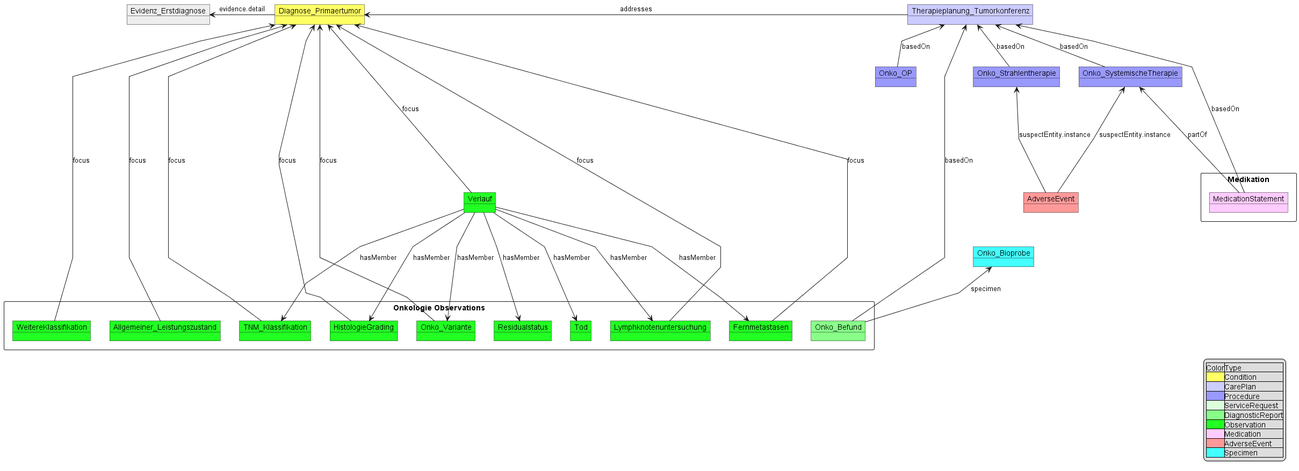
Above: input/images/MII_Onko_UML_Relations_v1.png in medizininformatik-initiative/kerndatensatzmodul-onkologie (PlantUML), before the change.
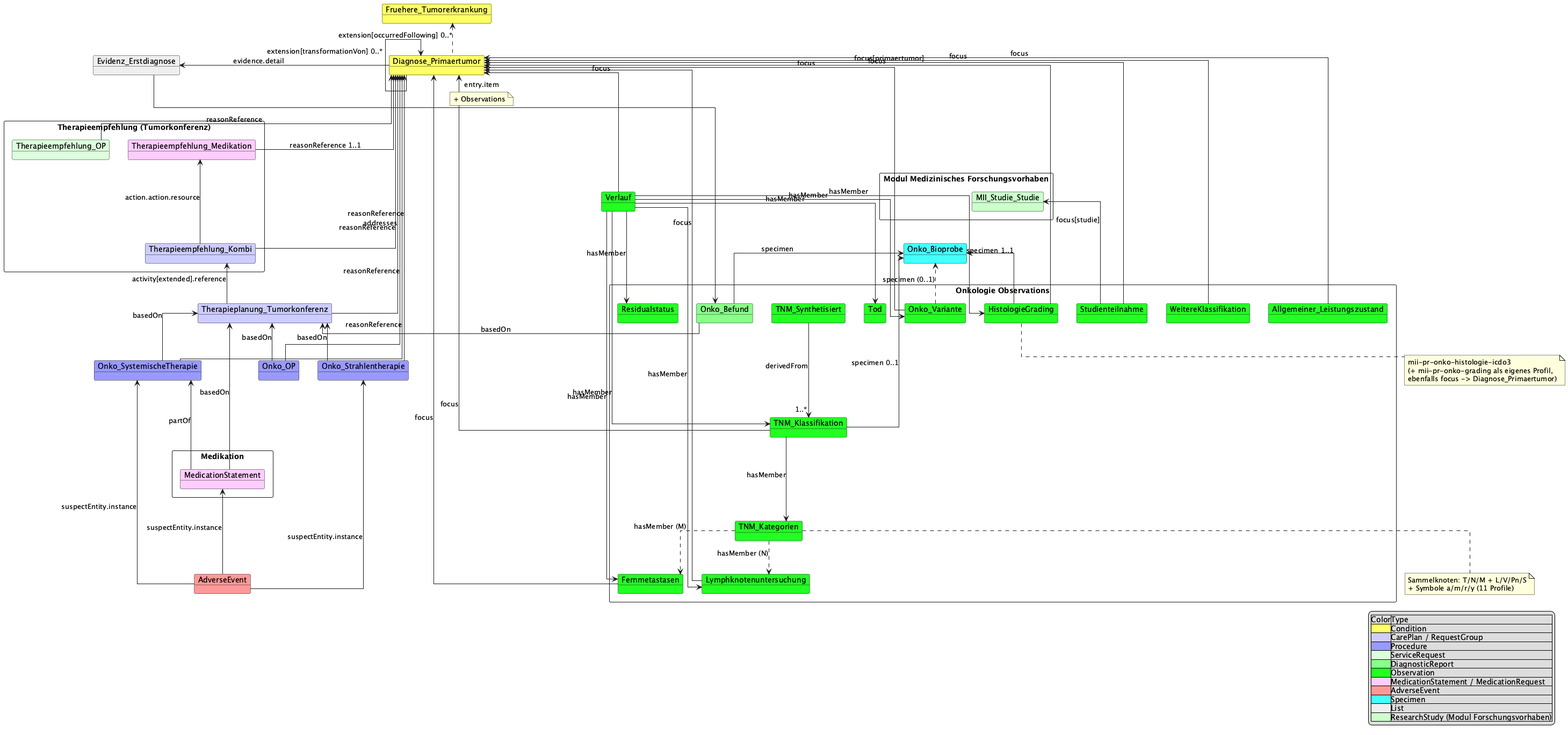
After the change.

Diff of the diagram source:
```diff
@@ -1,37 +1,52 @@
 @startuml MII_Onko_UML_Relations_v1
-skinparam linetype polyline
-object Onko_OP #9999FF
-object Onko_Strahlentherapie #9999FF
-object Onko_SystemischeTherapie #9999FF
-object Therapieplanung_Tumorkonferenz #CCCCFF
-
+skinparam linetype ortho
+object Onko_OP [[StructureDefinition-mii-pr-onko-operation.html]] #9999FF
+object Onko_Strahlentherapie [[StructureDefinition-mii-pr-onko-strahlentherapie.html]] #9999FF
+object Onko_SystemischeTherapie [[StructureDefinition-mii-pr-onko-systemische-therapie.html]] #9999FF
+object Therapieplanung_Tumorkonferenz [[StructureDefinition-mii-pr-onko-tumorkonferenz.html]] #CCCCFF
 Therapieplanung_Tumorkonferenz <-- Onko_OP: basedOn
 Therapieplanung_Tumorkonferenz <-- Onko_Strahlentherapie: basedOn
 Therapieplanung_Tumorkonferenz <-- Onko_SystemischeTherapie: basedOn
 rectangle "Medikation" {
-    object MedicationStatement #FFCCFF
+    object MedicationStatement [[StructureDefinition-mii-pr-onko-systemische-therapie-medikation.html]] #FFCCFF
 }
 Onko_SystemischeTherapie <--- MedicationStatement : partOf
 Therapieplanung_Tumorkonferenz <--- MedicationStatement: basedOn
-object Diagnose_Primaertumor #FFFF66
-object Evidenz_Erstdiagnose #EEEEEE
+object Diagnose_Primaertumor [[StructureDefinition-mii-pr-onko-diagnose-primaertumor.html]] #FFFF66
+object Fruehere_Tumorerkrankung [[StructureDefinition-mii-pr-onko-fruehere-tumorerkrankung.html]] #FFFF66
+object Evidenz_Erstdiagnose [[StructureDefinition-mii-pr-onko-liste-evidenz-erstdiagnose.html]] #EEEEEE
 Diagnose_Primaertumor --left--> Evidenz_Erstdiagnose : evidence.detail
+Diagnose_Primaertumor <-- Diagnose_Primaertumor : extension[transformationVon] 0..*
+Fruehere_Tumorerkrankung <.. Diagnose_Primaertumor : extension[occurredFollowing] 0..*
 
 
 
 rectangle "Onkologie Observations"{
-    object Onko_Variante #22FF22
-    object Fernmetastasen #22FF22
-    object TNM_Klassifikation #22FF22
-    object WeitereKlassifikation #22FF22
-    object Lymphknotenuntersuchung #22FF22
-    object HistologieGrading #22FF22
-    object Residualstatus #22FF22
-    object Allgemeiner_Leistungszustand #22FF22
-    object Tod #22FF22
-    object Onko_Befund #88FF88
+    object Onko_Variante [[StructureDefinition-mii-pr-onko-genetische-variante.html]] #22FF22
+    object Fernmetastasen [[StructureDefinition-mii-pr-onko-fernmetastasen.html]] #22FF22
+    object TNM_Klassifikation [[StructureDefinition-mii-pr-onko-tnm-klassifikation.html]] #22FF22
+    object TNM_Kategorien [[StructureDefinition-mii-pr-onko-tnm-t-kategorie.html]] #22FF22
+    object TNM_Synthetisiert [[StructureDefinition-mii-pr-onko-tnm-klassifikation-synthetisiert.html]] #22FF22
+    object WeitereKlassifikation [[StructureDefinition-mii-pr-onko-weitere-klassifikationen.html]] #22FF22
+    object Lymphknotenuntersuchung [[StructureDefinition-mii-pr-onko-anzahl-untersuchte-lymphknoten.html]] #22FF22
+    object HistologieGrading [[StructureDefinition-mii-pr-onko-histologie-icdo3.html]] #22FF22
+    object Residualstatus [[StructureDefinition-mii-pr-onko-residualstatus.html]] #22FF22
+    object Allgemeiner_Leistungszustand [[StructureDefinition-mii-pr-onko-allgemeiner-leistungszustand-ecog.html]] #22FF22
+    object Studienteilnahme [[StructureDefinition-mii-pr-onko-studienteilnahme.html]] #22FF22
+    object Tod [[StructureDefinition-mii-pr-onko-tod.html]] #22FF22
+    object Onko_Befund [[StructureDefinition-mii-pr-onko-befund.html]] #88FF88
+}
 
-}
+note bottom of TNM_Kategorien
+  Sammelknoten: T/N/M + L/V/Pn/S
+  + Symbole a/m/r/y (11 Profile)
+end note
+
+note bottom of HistologieGrading
+  mii-pr-onko-histologie-icdo3
+  (+ mii-pr-onko-grading als eigenes Profil,
+  ebenfalls focus -> Diagnose_Primaertumor)
+end note
 
 Diagnose_Primaertumor <--- TNM_Klassifikation: focus
 Diagnose_Primaertumor <-right--  Therapieplanung_Tumorkonferenz : addresses
@@ -42,9 +57,37 @@
 Diagnose_Primaertumor <--- Allgemeiner_Leistungszustand :focus
 Diagnose_Primaertumor <--- Fernmetastasen :focus
 
+TNM_Klassifikation ---> TNM_Kategorien : hasMember
+TNM_Synthetisiert ---> "1..*" TNM_Klassifikation : derivedFrom
+TNM_Kategorien ..> Lymphknotenuntersuchung : hasMember (N)
+TNM_Kategorien ..> Fernmetastasen : hasMember (M)
+
+Diagnose_Primaertumor <--- Onko_OP : reasonReference
+Diagnose_Primaertumor <--- Onko_Strahlentherapie : reasonReference
+Diagnose_Primaertumor <--- Onko_SystemischeTherapie : reasonReference
+
+Diagnose_Primaertumor <--- Studienteilnahme : focus[primaertumor]
+rectangle "Modul Medizinisches Forschungsvorhaben" {
+    object MII_Studie_Studie #CCFFCC
+}
+MII_Studie_Studie <--- Studienteilnahme : focus[studie]
+
 Therapieplanung_Tumorkonferenz <-right-- Onko_Befund  : basedOn
+Evidenz_Erstdiagnose ---> Onko_Befund : entry.item
+note on link : + Observations
 
-object Verlauf #22FF22
+rectangle "Therapieempfehlung (Tumorkonferenz)" {
+    object Therapieempfehlung_Kombi [[StructureDefinition-mii-pr-onko-therapieempfehlung-kombinationstherapie.html]] #CCCCFF
+    object Therapieempfehlung_Medikation [[StructureDefinition-mii-pr-onko-therapieempfehlung-medikation.html]] #FFCCFF
+    object Therapieempfehlung_OP [[StructureDefinition-mii-pr-onko-therapieempfehlung-operation.html]] #DDFFDD
+}
+Therapieempfehlung_Kombi <--- Therapieplanung_Tumorkonferenz : activity[extended].reference
+Therapieempfehlung_Medikation <--- Therapieempfehlung_Kombi : action.action.resource
+Diagnose_Primaertumor <--- Therapieempfehlung_Kombi : reasonReference
+Diagnose_Primaertumor <--- Therapieempfehlung_Medikation : reasonReference 1..1
+Diagnose_Primaertumor <--- Therapieempfehlung_OP : reasonReference
+
+object Verlauf [[StructureDefinition-mii-pr-onko-verlauf.html]] #22FF22
 Diagnose_Primaertumor <----  Verlauf : focus
 Verlauf ---> Tod: hasMember
 Verlauf ---> TNM_Klassifikation:  hasMember
@@ -54,24 +97,30 @@
 Verlauf ---> Residualstatus:  hasMember
 Verlauf ---> Onko_Variante: hasMember
 
-object Onko_Bioprobe #44FFFF
+object Onko_Bioprobe [[StructureDefinition-mii-pr-onko-specimen.html]] #44FFFF
 Onko_Bioprobe <-- Onko_Befund : specimen
+Onko_Bioprobe <--- TNM_Klassifikation : specimen 0..1
+Onko_Bioprobe <--- HistologieGrading : specimen 1..1
+Onko_Variante ...> Onko_Bioprobe: specimen (0..1)
 
-object AdverseEvent #FF9999
+object AdverseEvent [[StructureDefinition-mii-pr-onko-nebenwirkung-adverse-event.html]] #FF9999
 Onko_SystemischeTherapie <--- AdverseEvent: suspectEntity.instance
 Onko_Strahlentherapie <--- AdverseEvent: suspectEntity.instance
+MedicationStatement <--- AdverseEvent: suspectEntity.instance
 
 legend right
 |Color|Type|
 |<#FFFF66>|Condition|
-|<#CCCCFF>|CarePlan|
+|<#CCCCFF>|CarePlan / RequestGroup|
 |<#9999FF>|Procedure|
 |<#DDFFDD>|ServiceRequest|
 |<#88FF88>|DiagnosticReport|
 |<#22FF22>|Observation|
-|<#FFCCFF>|Medication|
+|<#FFCCFF>|MedicationStatement / MedicationRequest|
 |<#FF9999>|AdverseEvent|
 |<#44FFFF>|Specimen|
+|<#EEEEEE>|List|
+|<#CCFFCC>|ResearchStudy (Modul Forschungsvorhaben)|
 endlegend
 
 
```
